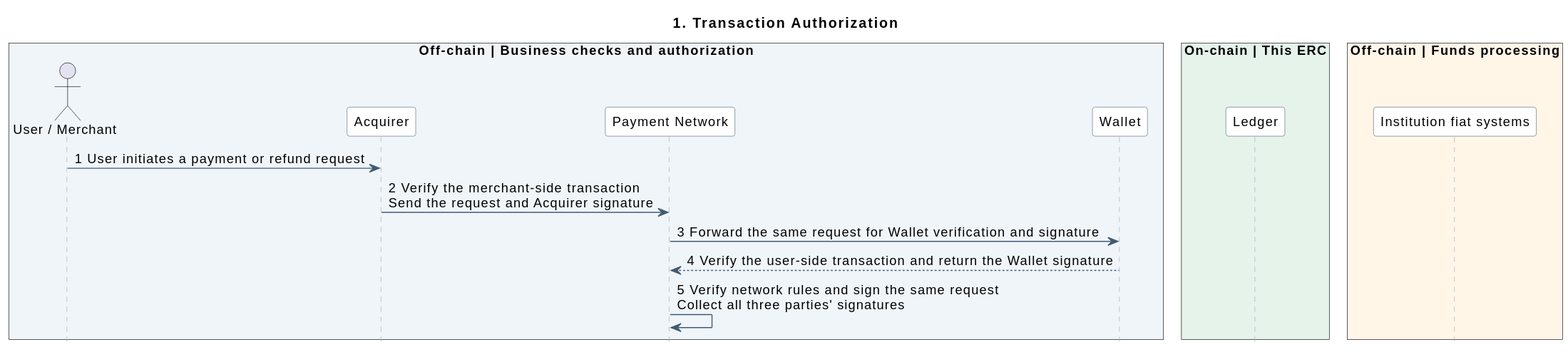
Earlier version of the PlantUML export assets/eip-8439/transaction-authorization.svg (ethereum/ERCs). The source it was exported from:
```plantuml
@startuml
title 1. Transaction Authorization
skinparam backgroundColor #FFFFFF
skinparam shadowing false
skinparam nodesep 24
skinparam ranksep 28
skinparam defaultFontName SansSerif
skinparam defaultFontSize 13
skinparam ParticipantPadding 12
skinparam BoxPadding 8
skinparam maxMessageSize 0
skinparam sequence {
  ArrowColor #435B70
  LifeLineBorderColor #A3AFBC
  ParticipantBorderColor #64798B
  ParticipantBackgroundColor #FFFFFF
  GroupBorderColor #7D90A3
  GroupBackgroundColor #FAFCFE
}
skinparam note {
  BackgroundColor #FFFBEF
  BorderColor #CABD94
  FontSize 12
}
hide footbox
box "Off-chain | Business checks and authorization" #F0F5FA
actor "User / Merchant" as customer
participant "Acquirer" as acquirer
participant "Payment Network" as network
participant "Wallet" as wallet
endbox
box "On-chain | This ERC" #E5F3EB
participant "Ledger" as ledger
endbox
box "Off-chain | Funds processing" #FFF6E8
participant "Institution fiat systems" as funds
endbox
customer -> acquirer : 1 User initiates a payment or refund request
acquirer -> network : 2 Verify the merchant-side transaction\nSend the request and Acquirer signature
network -> wallet : 3 Forward the same request for Wallet verification and signature
wallet --> network : 4 Verify the user-side transaction and return the Wallet signature
network -> network : 5 Verify network rules and sign the same request\nCollect all three parties' signatures
@enduml
```
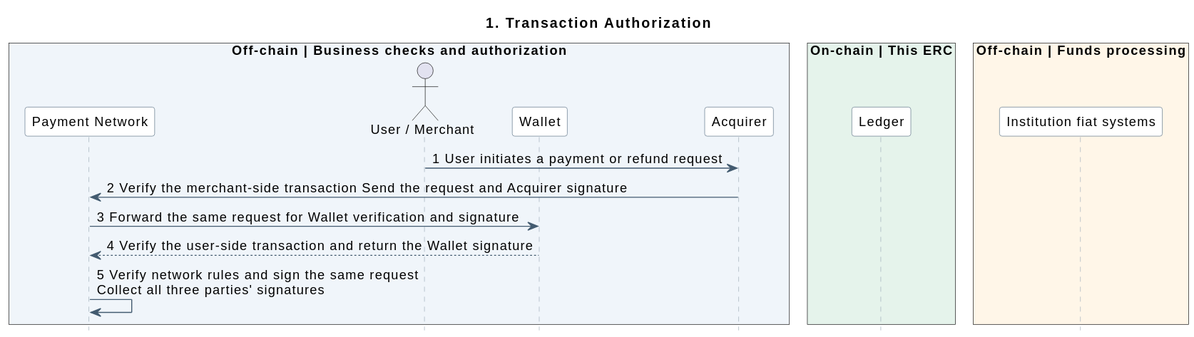
The same file after the commit.

What changed in the source:
```diff
@@ -24,10 +24,10 @@
 }
 hide footbox
 box "Off-chain | Business checks and authorization" #F0F5FA
+participant "Payment Network" as network
 actor "User / Merchant" as customer
+participant "Wallet" as wallet
 participant "Acquirer" as acquirer
-participant "Payment Network" as network
-participant "Wallet" as wallet
 endbox
 box "On-chain | This ERC" #E5F3EB
 participant "Ledger" as ledger
@@ -36,8 +36,8 @@
 participant "Institution fiat systems" as funds
 endbox
 customer -> acquirer : 1 User initiates a payment or refund request
-acquirer -> network : 2 Verify the merchant-side transaction\nSend the request and Acquirer signature
+acquirer -> network : 2 Verify the merchant<U+002D>side transaction Send the request and Acquirer signature
 network -> wallet : 3 Forward the same request for Wallet verification and signature
-wallet --> network : 4 Verify the user-side transaction and return the Wallet signature
-network -> network : 5 Verify network rules and sign the same request\nCollect all three parties' signatures
+wallet --> network : 4 Verify the user<U+002D>side transaction and return the Wallet signature
+network -> network : 5 Verify network rules and sign the same request\n<U+0043>ollect all three parties<U+0027> signatures
 @enduml
```
